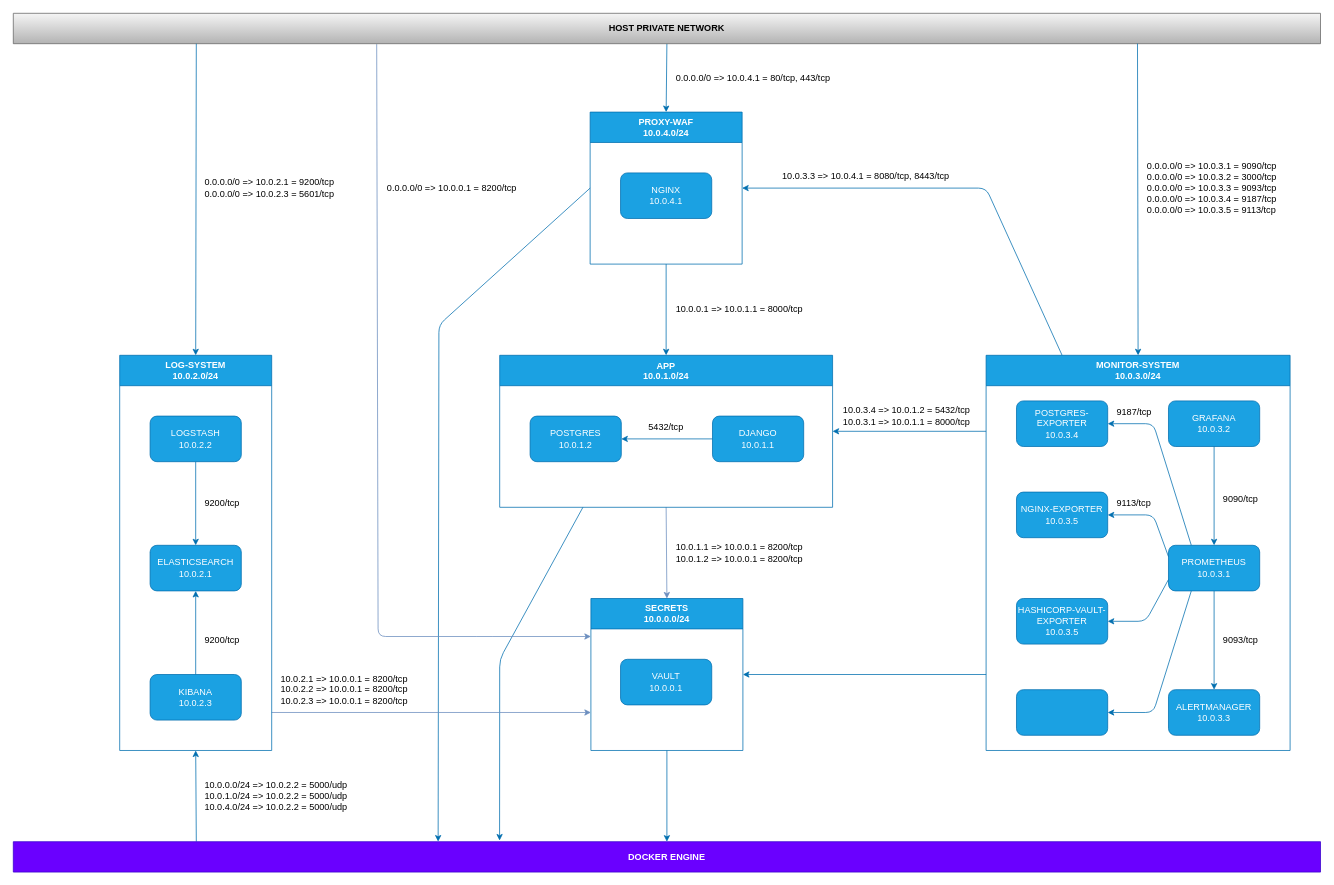
GiovanniAfro/ft_Transcendence keeps this draw.io diagram as _notebook/topology.drawio. Above is the earlier version. Source tidied: cells renumbered, new cells numbered last; positions are measured from the earlier drawing's top-left corner, leaving out a move shared by most shapes. Both pictures are drawn from the tidied source at 76%, with x=0, y=0 at pixel (13, 13).
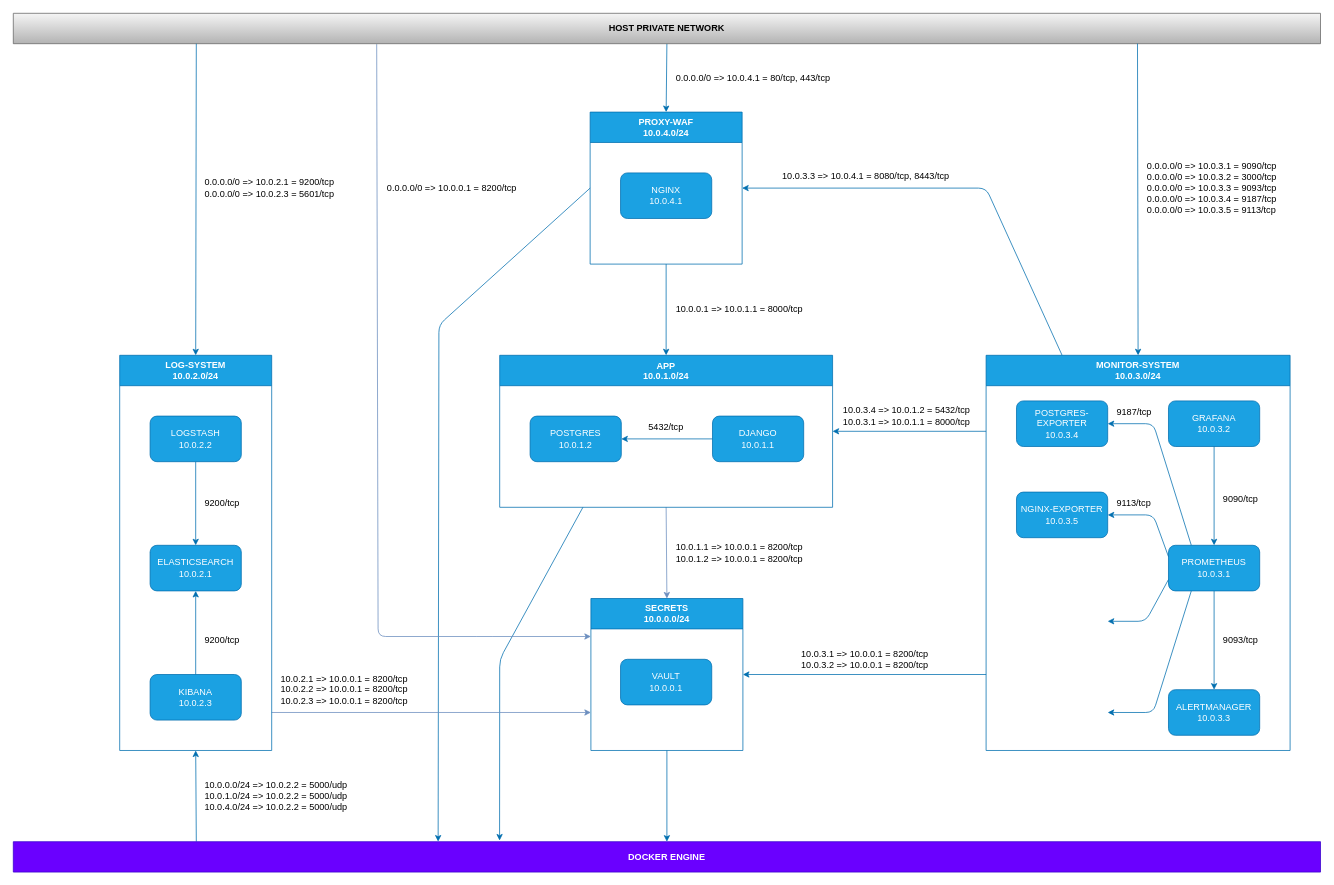
After the change.

The change refers to these unchanged cells:
```xml
<mxCell id="40" value="MONITOR-SYSTEM&lt;br&gt;10.0.3.0/24" style="swimlane;whiteSpace=wrap;html=1;startSize=40;fillColor=#1ba1e2;fontColor=#ffffff;strokeColor=#006EAF;" parent="1" vertex="1">
  <mxGeometry x="1280" y="450" width="400" height="520" as="geometry" />
</mxCell>
<mxCell id="51" value="PROMETHEUS&lt;br style=&quot;border-color: var(--border-color);&quot;&gt;10.0.3.1" style="rounded=1;whiteSpace=wrap;html=1;fillColor=#1ba1e2;fontColor=#ffffff;strokeColor=#006EAF;" parent="40" vertex="1">
  <mxGeometry x="240" y="250" width="120" height="60" as="geometry" />
</mxCell>
```

The edit, as a diff of the source:
```diff
@@
-    <mxCell id="43" value="HASHICORP-VAULT-EXPORTER&lt;br&gt;10.0.3.5" style="rounded=1;whiteSpace=wrap;html=1;fillColor=#1ba1e2;fontColor=#ffffff;strokeColor=#006EAF;" parent="40" vertex="1">
-      <mxGeometry x="40" y="320" width="120" height="60" as="geometry" />
-    </mxCell>
-    <mxCell id="44" style="rounded=1;whiteSpace=wrap;html=1;fillColor=#1ba1e2;fontColor=#ffffff;strokeColor=#006EAF;" parent="40" vertex="1">
-      <mxGeometry x="40" y="440" width="120" height="60" as="geometry" />
-    </mxCell>
@@
-    <mxCell id="47" style="edgeStyle=none;html=1;exitX=0.25;exitY=1;exitDx=0;exitDy=0;entryX=1;entryY=0.5;entryDx=0;entryDy=0;fillColor=#1ba1e2;strokeColor=#006EAF;" parent="40" edge="1" source="51" target="44">
+    <mxCell id="47" style="edgeStyle=none;html=1;exitX=0.25;exitY=1;exitDx=0;exitDy=0;entryX=1;entryY=0.5;entryDx=0;entryDy=0;fillColor=#1ba1e2;strokeColor=#006EAF;" parent="40" edge="1" source="51">
       <mxGeometry relative="1" as="geometry">
+        <mxPoint x="160" y="470" as="targetPoint" />
         <Array as="points">
           <mxPoint x="220" y="470" />
         </Array>
       </mxGeometry>
     </mxCell>
-    <mxCell id="48" style="edgeStyle=none;html=1;exitX=0;exitY=0.75;exitDx=0;exitDy=0;entryX=1;entryY=0.5;entryDx=0;entryDy=0;fillColor=#1ba1e2;strokeColor=#006EAF;" parent="40" edge="1" source="51" target="43">
+    <mxCell id="48" style="edgeStyle=none;html=1;exitX=0;exitY=0.75;exitDx=0;exitDy=0;entryX=1;entryY=0.5;entryDx=0;entryDy=0;fillColor=#1ba1e2;strokeColor=#006EAF;" parent="40" edge="1" source="51">
       <mxGeometry relative="1" as="geometry">
+        <mxPoint x="160" y="350" as="targetPoint" />
         <Array as="points">
           <mxPoint x="210" y="350" />
         </Array>
       </mxGeometry>
     </mxCell>
@@
+    <mxCell id="63" value="10.0.3.1 =&amp;gt; 10.0.0.1 = 8200/tcp&lt;br&gt;10.0.3.2 =&amp;gt; 10.0.0.1 = 8200/tcp" style="text;html=1;align=left;verticalAlign=middle;strokeColor=none;fillColor=none;" parent="1" vertex="1">
+      <mxGeometry x="1035" y="830" width="190" height="40" as="geometry" />
+    </mxCell>
```
